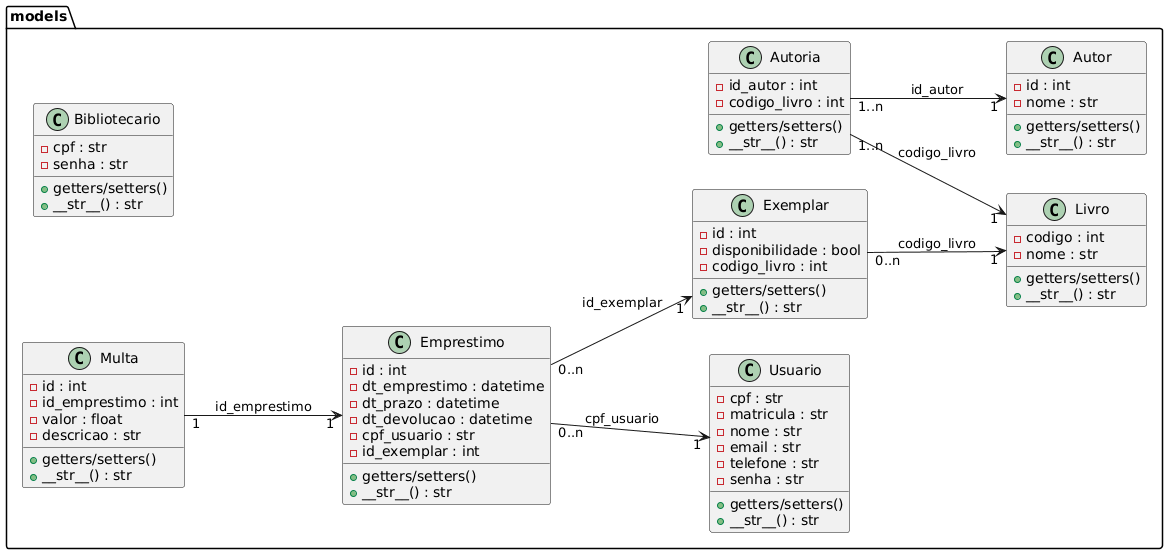
This is docs/diagrama-de-classes/classes_poo/classes_modelo.png from ViniciusC-Moura/bibliotechv2, a PlantUML export, as it was before one commit. Its source is kept beside it as docs/diagrama-de-classes/classes_poo/classes_modelo.puml.
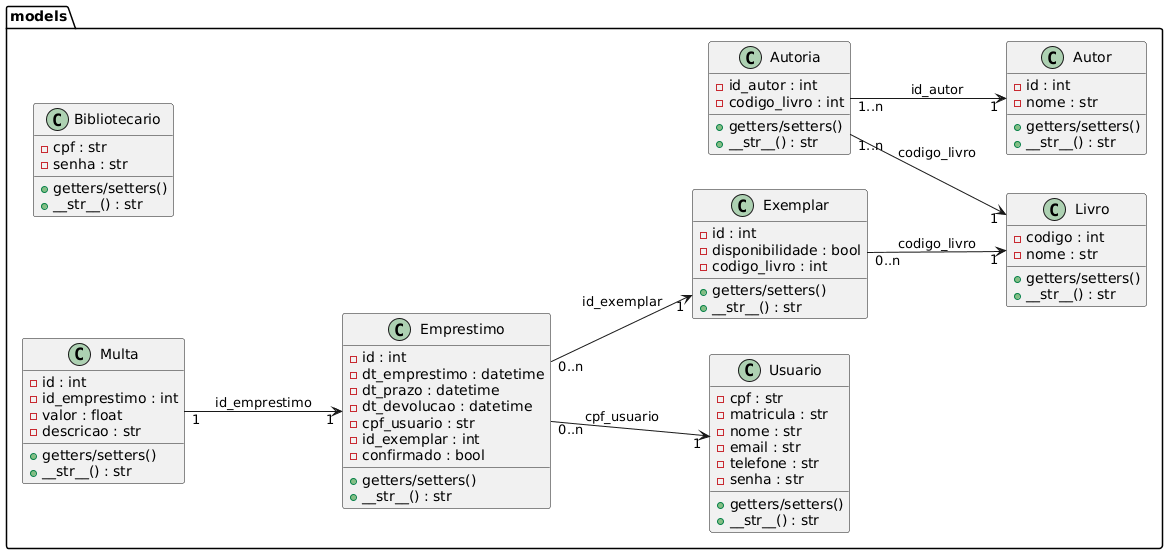
Above is the later version.

Change to the diagram source:
```diff
@@ -57,6 +57,7 @@
     - dt_devolucao : datetime
     - cpf_usuario : str
     - id_exemplar : int
+    - confirmado : bool
     + getters/setters()
     + __str__() : str
   }
```
